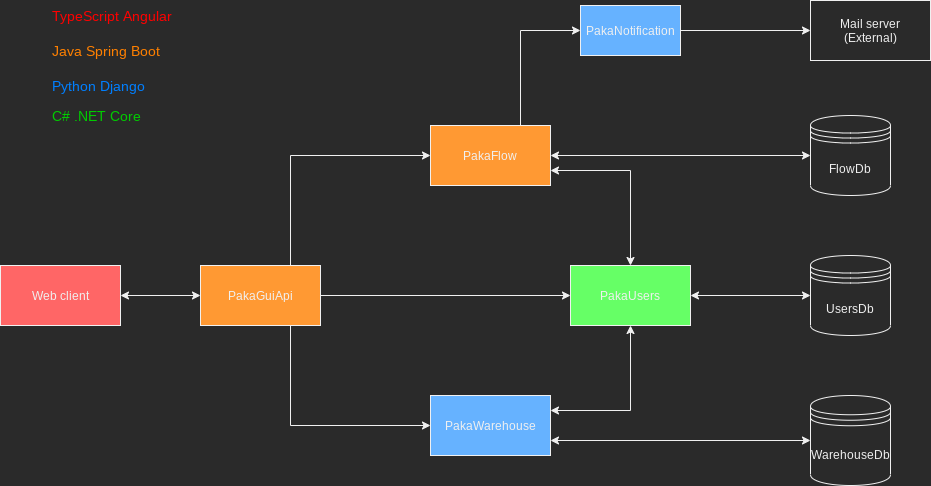
Above: wiki images/arch.png in IUI-januszex/documentation (draw.io), before the change. Source tidied: cells renumbered, new cells last; positions are measured from the earlier drawing's top-left corner, leaving out a move shared by most shapes.
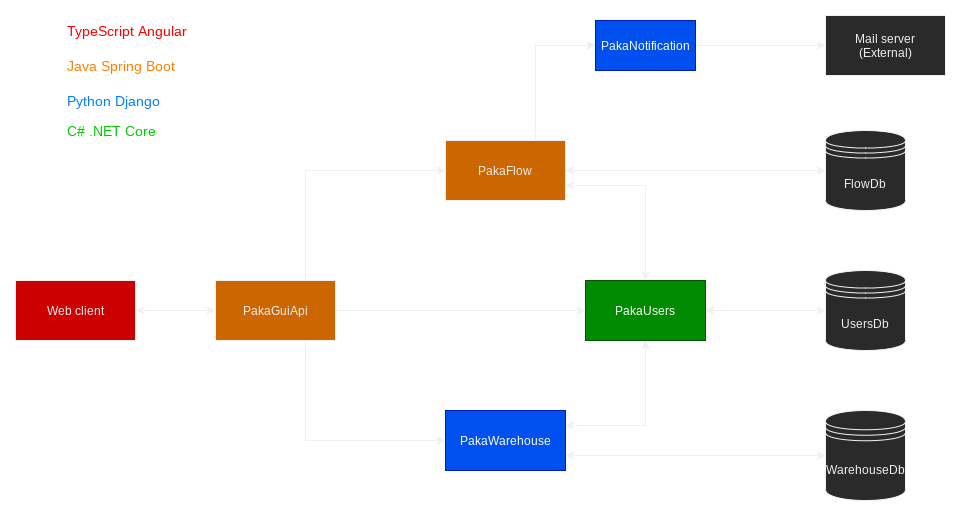
The same diagram one commit later.

Commit message:
dark mode diagram

Diff of the diagram source:
```diff
@@ -20,10 +20,10 @@
     <mxCell id="7" style="edgeStyle=orthogonalEdgeStyle;rounded=0;jettySize=auto;html=1;exitX=1;exitY=0.5;exitDx=0;exitDy=0;entryX=0;entryY=0.5;entryDx=0;entryDy=0;startArrow=none;startFill=0;" parent="1" edge="1" source="8" target="16">
       <mxGeometry relative="1" as="geometry" />
     </mxCell>
-    <mxCell id="8" value="PakaGuiApi" style="rounded=0;whiteSpace=wrap;html=1;fillColor=#FF9933;" parent="1" vertex="1">
+    <mxCell id="8" value="PakaGuiApi" style="rounded=0;whiteSpace=wrap;html=1;fillColor=#CC6600;" parent="1" vertex="1">
       <mxGeometry x="200" y="265" width="120" height="60" as="geometry" />
     </mxCell>
-    <mxCell id="9" value="Web client" style="rounded=0;whiteSpace=wrap;html=1;fillColor=#FF6666;" parent="1" vertex="1">
+    <mxCell id="9" value="Web client" style="rounded=0;whiteSpace=wrap;html=1;fillColor=#CC0000;" parent="1" vertex="1">
       <mxGeometry y="265" width="120" height="60" as="geometry" />
     </mxCell>
     <mxCell id="10" style="endArrow=classic;startArrow=classic;html=1;entryX=0;entryY=0.5;entryDx=0;entryDy=0;" parent="1" edge="1" source="9" target="8">
@@ -38,13 +38,13 @@
     <mxCell id="13" style="edgeStyle=orthogonalEdgeStyle;rounded=0;jettySize=auto;html=1;exitX=0.75;exitY=0;exitDx=0;exitDy=0;entryX=0;entryY=0.5;entryDx=0;entryDy=0;startArrow=none;startFill=0;" parent="1" edge="1" source="14" target="21">
       <mxGeometry relative="1" as="geometry" />
     </mxCell>
-    <mxCell id="14" value="PakaFlow" style="rounded=0;whiteSpace=wrap;html=1;fillColor=#FF9933;" parent="1" vertex="1">
+    <mxCell id="14" value="PakaFlow" style="rounded=0;whiteSpace=wrap;html=1;fillColor=#CC6600;" parent="1" vertex="1">
       <mxGeometry x="430" y="125" width="120" height="60" as="geometry" />
     </mxCell>
     <mxCell id="15" style="edgeStyle=orthogonalEdgeStyle;rounded=0;jettySize=auto;html=1;exitX=1;exitY=0.5;exitDx=0;exitDy=0;entryX=0;entryY=0.5;entryDx=0;entryDy=0;startArrow=classic;startFill=1;" parent="1" edge="1" source="16" target="3">
       <mxGeometry relative="1" as="geometry" />
     </mxCell>
-    <mxCell id="16" value="PakaUsers" style="rounded=0;whiteSpace=wrap;html=1;fillColor=#66FF66;" parent="1" vertex="1">
+    <mxCell id="16" value="PakaUsers" style="rounded=0;whiteSpace=wrap;html=1;fillColor=#008a00;fontColor=#ffffff;strokeColor=#005700;" parent="1" vertex="1">
       <mxGeometry x="570" y="265" width="120" height="60" as="geometry" />
     </mxCell>
     <mxCell id="17" style="edgeStyle=orthogonalEdgeStyle;rounded=0;jettySize=auto;html=1;exitX=1;exitY=0.25;exitDx=0;exitDy=0;entryX=0.5;entryY=1;entryDx=0;entryDy=0;startArrow=classic;startFill=1;" parent="1" edge="1" source="19" target="16">
@@ -53,13 +53,13 @@
     <mxCell id="18" style="edgeStyle=orthogonalEdgeStyle;rounded=0;jettySize=auto;html=1;exitX=1;exitY=0.75;exitDx=0;exitDy=0;entryX=0;entryY=0.5;entryDx=0;entryDy=0;startArrow=classic;startFill=1;" parent="1" edge="1" source="19" target="4">
       <mxGeometry relative="1" as="geometry" />
     </mxCell>
-    <mxCell id="19" value="PakaWarehouse" style="rounded=0;whiteSpace=wrap;html=1;fillColor=#66B2FF;" parent="1" vertex="1">
+    <mxCell id="19" value="PakaWarehouse" style="rounded=0;whiteSpace=wrap;html=1;fillColor=#0050ef;fontColor=#ffffff;strokeColor=#001DBC;" parent="1" vertex="1">
       <mxGeometry x="430" y="395" width="120" height="60" as="geometry" />
     </mxCell>
     <mxCell id="20" style="edgeStyle=orthogonalEdgeStyle;rounded=0;jettySize=auto;html=1;entryX=0;entryY=0.5;entryDx=0;entryDy=0;startArrow=none;startFill=0;" parent="1" edge="1" source="21" target="22">
       <mxGeometry relative="1" as="geometry" />
     </mxCell>
-    <mxCell id="21" value="PakaNotification" style="html=1;dashed=0;whitespace=wrap;fillColor=#66B2FF;" parent="1" vertex="1">
+    <mxCell id="21" value="PakaNotification" style="html=1;dashed=0;whitespace=wrap;fillColor=#0050ef;fontColor=#ffffff;strokeColor=#001DBC;" parent="1" vertex="1">
       <mxGeometry x="580" y="5" width="100" height="50" as="geometry" />
     </mxCell>
     <mxCell id="22" value="Mail server&lt;br&gt;(External)" style="rounded=0;whiteSpace=wrap;html=1;" parent="1" vertex="1">
```
